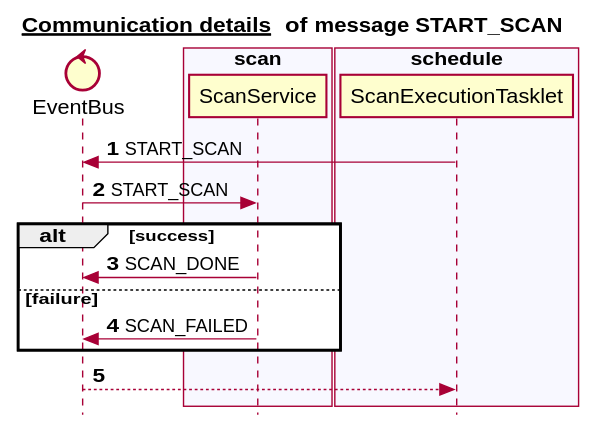
Above: docs/latest/images/gen_domain_messaging_start_scan.svg in mercedes-benz/sechub (PlantUML), before the change.
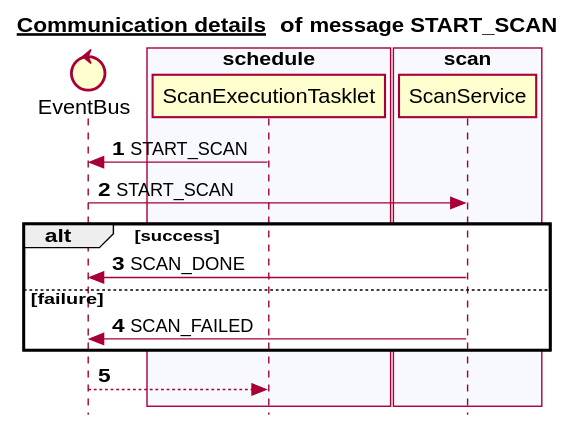
After the commit.

The edit, as a diff of the source:
```diff
@@ -6,15 +6,15 @@
 
 
 control EventBus
+box "administration" #C8C8CF
+end box
+box "schedule" #F8F8FF
+   participant ScanExecutionTasklet
+end box
 box "authorization" #C8C8CF
 end box
 box "scan" #F8F8FF
    participant ScanService
-end box
-box "administration" #C8C8CF
-end box
-box "schedule" #F8F8FF
-   participant ScanExecutionTasklet
 end box
 box "notification" #C8C8CF
 end box
```
